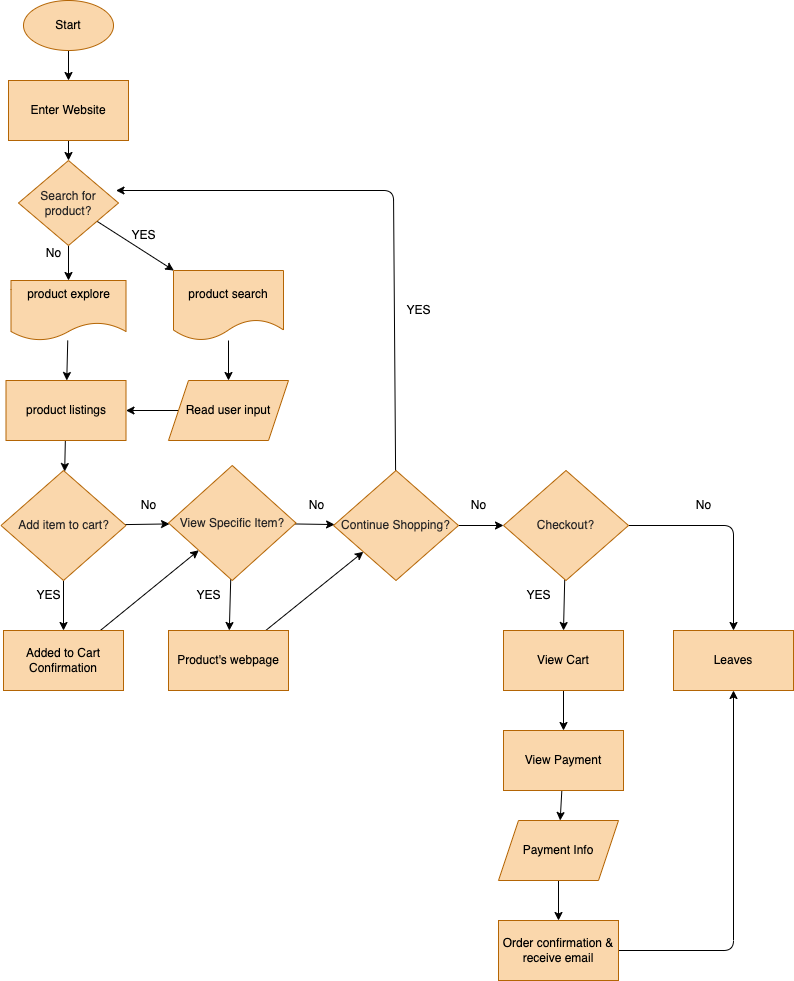
Jackson-Wang-0/fa22-cse110-lab4 keeps this draw.io diagram as explore/diagramming/diagram.drawio.png. Above is the earlier version. Source tidied: cells renumbered, new cells last; positions are measured from the earlier drawing's top-left corner, leaving out a move shared by most shapes.
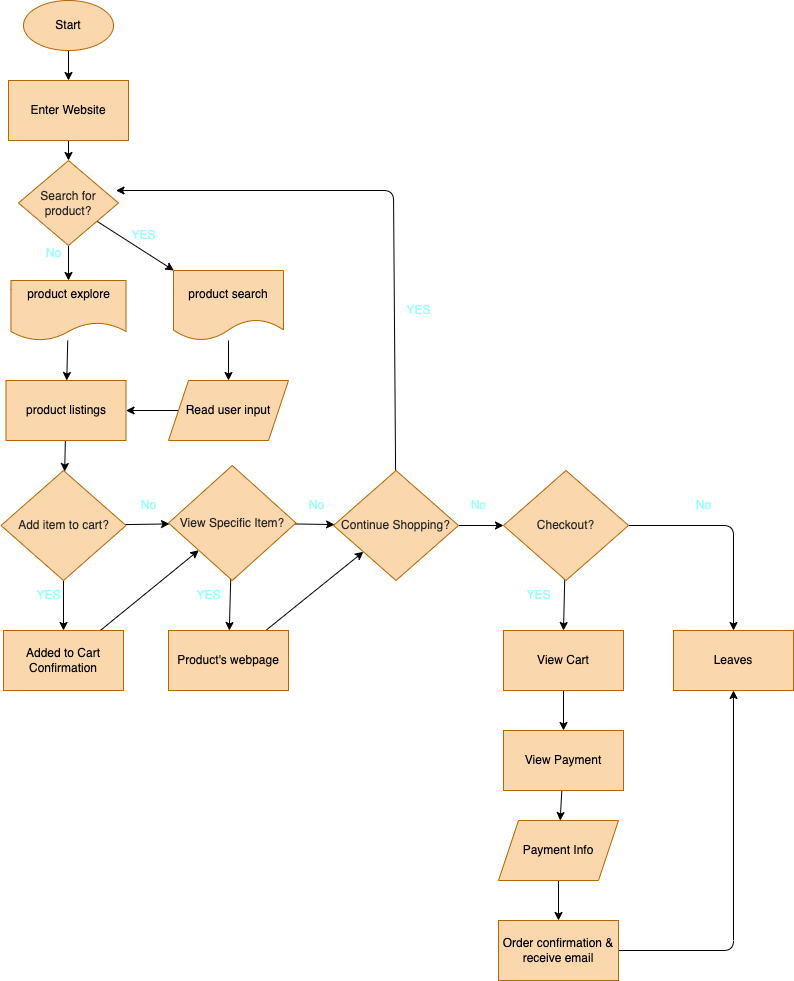
Above is the later version.

Change to the diagram source:
```diff
@@ -56,7 +56,7 @@
     <mxCell id="19" value="View Specific Item?" style="rhombus;whiteSpace=wrap;html=1;fillColor=#fad7ac;strokeColor=#b46504;fontColor=#272525;" parent="1" vertex="1">
       <mxGeometry x="167" y="465" width="127.5" height="115" as="geometry" />
     </mxCell>
-    <mxCell id="20" value="&lt;font&gt;YES&lt;/font&gt;" style="text;html=1;align=center;verticalAlign=middle;strokeColor=none;fillColor=none;fontColor=#000000;" parent="1" vertex="1">
+    <mxCell id="20" value="&lt;font&gt;YES&lt;/font&gt;" style="text;html=1;align=center;verticalAlign=middle;strokeColor=none;fillColor=none;fontColor=#99FFFF;" parent="1" vertex="1">
       <mxGeometry x="22" y="580" width="50" height="30" as="geometry" />
     </mxCell>
     <mxCell id="21" style="edgeStyle=none;html=1;entryX=0.975;entryY=0.353;entryDx=0;entryDy=0;entryPerimeter=0;fontColor=#FFFFFF;" parent="1" edge="1" source="23" target="33">
@@ -72,7 +72,7 @@
     <mxCell id="23" value="Continue Shopping?" style="rhombus;whiteSpace=wrap;html=1;fillColor=#fad7ac;strokeColor=#b46504;fontColor=#272525;" parent="1" vertex="1">
       <mxGeometry x="332" y="470" width="125" height="110" as="geometry" />
     </mxCell>
-    <mxCell id="24" value="No" style="text;html=1;align=center;verticalAlign=middle;strokeColor=none;fillColor=none;fontColor=#000000;" parent="1" vertex="1">
+    <mxCell id="24" value="No" style="text;html=1;align=center;verticalAlign=middle;strokeColor=none;fillColor=none;fontColor=#99FFFF;" parent="1" vertex="1">
       <mxGeometry x="127" y="490" width="40" height="30" as="geometry" />
     </mxCell>
     <mxCell id="25" style="edgeStyle=none;html=1;fontColor=#FFFFFF;" parent="1" edge="1" source="26" target="19">
@@ -81,7 +81,7 @@
     <mxCell id="26" value="&lt;font color=&quot;#000000&quot;&gt;Added to Cart Confirmation&lt;/font&gt;" style="rounded=0;whiteSpace=wrap;html=1;fillColor=#fad7ac;strokeColor=#b46504;" parent="1" vertex="1">
       <mxGeometry x="2" y="630" width="120" height="60" as="geometry" />
     </mxCell>
-    <mxCell id="27" value="No" style="text;html=1;align=center;verticalAlign=middle;strokeColor=none;fillColor=none;fontColor=#000000;" parent="1" vertex="1">
+    <mxCell id="27" value="No" style="text;html=1;align=center;verticalAlign=middle;strokeColor=none;fillColor=none;fontColor=#99FFFF;" parent="1" vertex="1">
       <mxGeometry x="294.5" y="490" width="40" height="30" as="geometry" />
     </mxCell>
     <mxCell id="28" style="edgeStyle=none;html=1;fontColor=#FFFFFF;" parent="1" edge="1" source="29" target="23">
@@ -90,7 +90,7 @@
     <mxCell id="29" value="&lt;font color=&quot;#000000&quot;&gt;Product's webpage&lt;br&gt;&lt;/font&gt;" style="rounded=0;whiteSpace=wrap;html=1;fillColor=#fad7ac;strokeColor=#b46504;" parent="1" vertex="1">
       <mxGeometry x="167" y="630" width="120" height="60" as="geometry" />
     </mxCell>
-    <mxCell id="30" value="&lt;font&gt;YES&lt;/font&gt;" style="text;html=1;align=center;verticalAlign=middle;strokeColor=none;fillColor=none;fontColor=#000000;" parent="1" vertex="1">
+    <mxCell id="30" value="&lt;font&gt;YES&lt;/font&gt;" style="text;html=1;align=center;verticalAlign=middle;strokeColor=none;fillColor=none;fontColor=#99FFFF;" parent="1" vertex="1">
       <mxGeometry x="182" y="580" width="50" height="30" as="geometry" />
     </mxCell>
     <mxCell id="31" style="edgeStyle=none;html=1;fontColor=#FFFFFF;" parent="1" edge="1" source="33" target="7">
@@ -102,13 +102,13 @@
     <mxCell id="33" value="Search for product?" style="rhombus;whiteSpace=wrap;html=1;fillColor=#fad7ac;strokeColor=#b46504;fontColor=#272525;" parent="1" vertex="1">
       <mxGeometry x="17" y="160" width="100" height="85" as="geometry" />
     </mxCell>
-    <mxCell id="34" value="No" style="text;html=1;align=center;verticalAlign=middle;strokeColor=none;fillColor=none;fontColor=#000000;labelBackgroundColor=default;" parent="1" vertex="1">
+    <mxCell id="34" value="No" style="text;html=1;align=center;verticalAlign=middle;strokeColor=none;fillColor=none;fontColor=#99FFFF;" parent="1" vertex="1">
       <mxGeometry x="32" y="237.5" width="40" height="30" as="geometry" />
     </mxCell>
-    <mxCell id="35" value="&lt;font&gt;YES&lt;/font&gt;" style="text;html=1;align=center;verticalAlign=middle;strokeColor=none;fillColor=none;fontColor=#000000;" parent="1" vertex="1">
+    <mxCell id="35" value="&lt;font&gt;YES&lt;/font&gt;" style="text;html=1;align=center;verticalAlign=middle;strokeColor=none;fillColor=none;fontColor=#99FFFF;" parent="1" vertex="1">
       <mxGeometry x="117" y="220" width="50" height="30" as="geometry" />
     </mxCell>
-    <mxCell id="36" value="&lt;font&gt;YES&lt;/font&gt;" style="text;html=1;align=center;verticalAlign=middle;strokeColor=none;fillColor=none;fontColor=#000000;" parent="1" vertex="1">
+    <mxCell id="36" value="&lt;font&gt;YES&lt;/font&gt;" style="text;html=1;align=center;verticalAlign=middle;strokeColor=none;fillColor=none;fontColor=#99FFFF;" parent="1" vertex="1">
       <mxGeometry x="392" y="295" width="50" height="30" as="geometry" />
     </mxCell>
     <mxCell id="37" style="edgeStyle=none;html=1;fontColor=#FFFFFF;" parent="1" edge="1" source="39" target="41">
@@ -124,13 +124,13 @@
     <mxCell id="39" value="Checkout?" style="rhombus;whiteSpace=wrap;html=1;fillColor=#fad7ac;strokeColor=#b46504;fontColor=#272525;" parent="1" vertex="1">
       <mxGeometry x="502" y="470" width="125" height="110" as="geometry" />
     </mxCell>
-    <mxCell id="40" value="No" style="text;html=1;align=center;verticalAlign=middle;strokeColor=none;fillColor=none;fontColor=#000000;" parent="1" vertex="1">
+    <mxCell id="40" value="No" style="text;html=1;align=center;verticalAlign=middle;strokeColor=none;fillColor=none;fontColor=#99FFFF;labelBackgroundColor=default;" parent="1" vertex="1">
       <mxGeometry x="457" y="490" width="40" height="30" as="geometry" />
     </mxCell>
     <mxCell id="41" value="&lt;font color=&quot;#000000&quot;&gt;Leaves&lt;br&gt;&lt;/font&gt;" style="rounded=0;whiteSpace=wrap;html=1;fillColor=#fad7ac;strokeColor=#b46504;" parent="1" vertex="1">
       <mxGeometry x="672" y="630" width="120" height="60" as="geometry" />
     </mxCell>
-    <mxCell id="42" value="No" style="text;html=1;align=center;verticalAlign=middle;strokeColor=none;fillColor=none;fontColor=#000000;" parent="1" vertex="1">
+    <mxCell id="42" value="No" style="text;html=1;align=center;verticalAlign=middle;strokeColor=none;fillColor=none;fontColor=#99FFFF;" parent="1" vertex="1">
       <mxGeometry x="682" y="490" width="40" height="30" as="geometry" />
     </mxCell>
     <mxCell id="43" style="edgeStyle=none;html=1;entryX=0.5;entryY=0;entryDx=0;entryDy=0;fontColor=#FFFFFF;" parent="1" edge="1" source="44" target="47">
@@ -139,7 +139,7 @@
     <mxCell id="44" value="&lt;font color=&quot;#000000&quot;&gt;View Cart&lt;br&gt;&lt;/font&gt;" style="rounded=0;whiteSpace=wrap;html=1;fillColor=#fad7ac;strokeColor=#b46504;" parent="1" vertex="1">
       <mxGeometry x="502" y="630" width="120" height="60" as="geometry" />
     </mxCell>
-    <mxCell id="45" value="&lt;font&gt;YES&lt;/font&gt;" style="text;html=1;align=center;verticalAlign=middle;strokeColor=none;fillColor=none;fontColor=#000000;" parent="1" vertex="1">
+    <mxCell id="45" value="&lt;font&gt;YES&lt;/font&gt;" style="text;html=1;align=center;verticalAlign=middle;strokeColor=none;fillColor=none;fontColor=#99FFFF;" parent="1" vertex="1">
       <mxGeometry x="512" y="580" width="50" height="30" as="geometry" />
     </mxCell>
     <mxCell id="46" style="edgeStyle=none;html=1;fontColor=#FFFFFF;" parent="1" edge="1" source="47" target="49">
```
